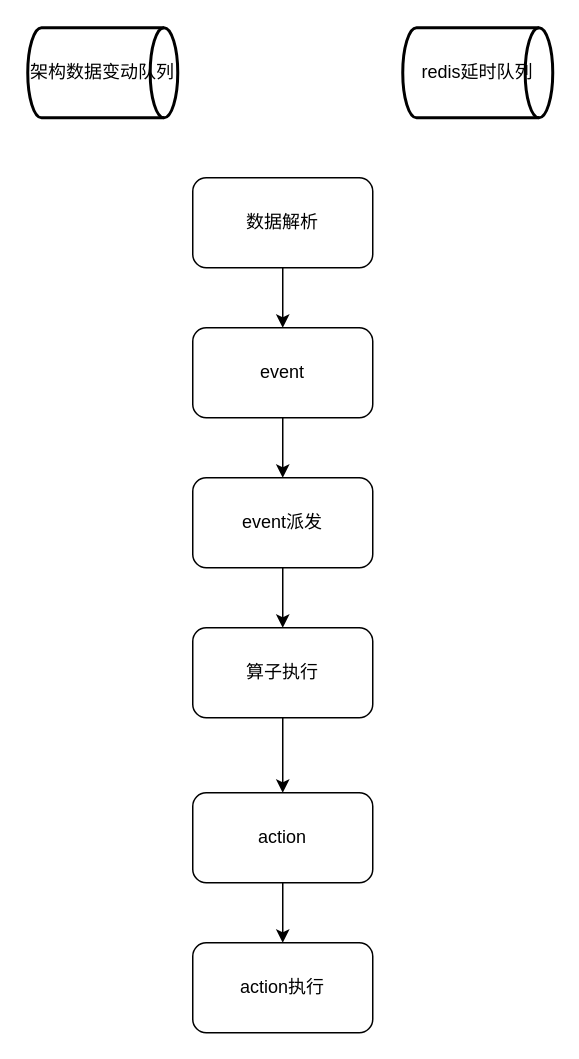
Above: feedback.drawio in yangwenshuo/demo (draw.io), before the change. Source tidied: cells renumbered, new cells numbered last; positions are measured from the earlier drawing's top-left corner, leaving out a move shared by most shapes. Both pictures are drawn from the tidied source at 150%, with x=0, y=0 at pixel (27, 27).
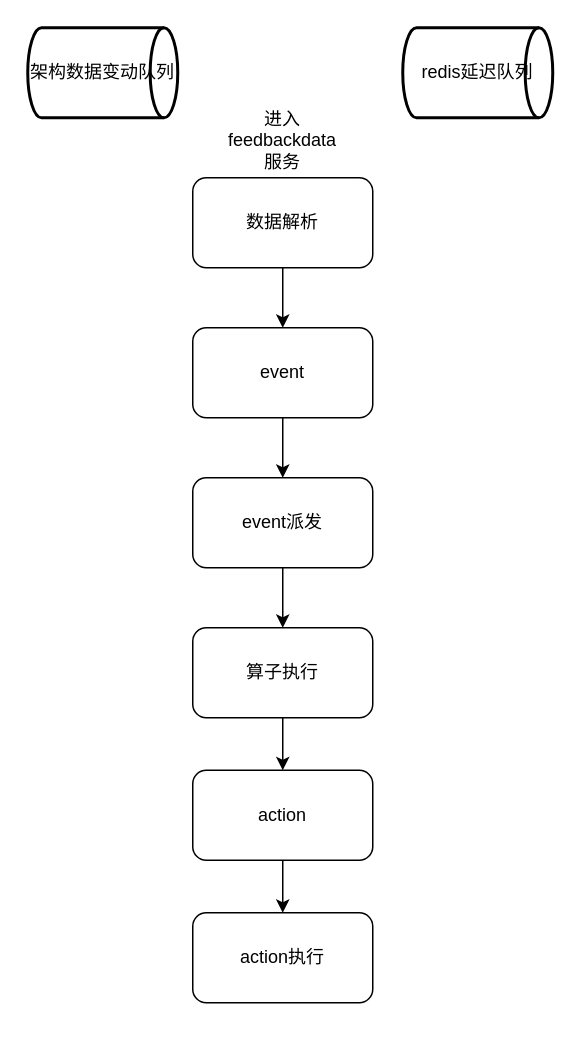
The same page after the edit.

Diff of the diagram source:
```diff
@@
 <mxGraphModel>
   <root>
     <mxCell id="0" />
     <mxCell id="1" parent="0" />
     <mxCell id="2" value="架构数据变动队列" style="strokeWidth=2;html=1;shape=mxgraph.flowchart.direct_data;whiteSpace=wrap;" parent="1" vertex="1">
       <mxGeometry width="100" height="60" as="geometry" />
     </mxCell>
-    <mxCell id="3" value="redis延时队列" style="strokeWidth=2;html=1;shape=mxgraph.flowchart.direct_data;whiteSpace=wrap;" parent="1" vertex="1">
+    <mxCell id="3" value="redis延迟队列" style="strokeWidth=2;html=1;shape=mxgraph.flowchart.direct_data;whiteSpace=wrap;" parent="1" vertex="1">
       <mxGeometry x="250" width="100" height="60" as="geometry" />
     </mxCell>
     <mxCell id="4" style="edgeStyle=orthogonalEdgeStyle;rounded=0;jettySize=auto;html=1;exitX=0.5;exitY=1;exitDx=0;exitDy=0;entryX=0.5;entryY=0;entryDx=0;entryDy=0;" parent="1" edge="1" source="5" target="7">
       <mxGeometry relative="1" as="geometry" />
     </mxCell>
     <mxCell id="5" value="数据解析" style="rounded=1;whiteSpace=wrap;html=1;" parent="1" vertex="1">
       <mxGeometry x="110" y="100" width="120" height="60" as="geometry" />
     </mxCell>
     <mxCell id="6" style="edgeStyle=orthogonalEdgeStyle;rounded=0;jettySize=auto;html=1;exitX=0.5;exitY=1;exitDx=0;exitDy=0;entryX=0.5;entryY=0;entryDx=0;entryDy=0;" parent="1" edge="1" source="7" target="9">
       <mxGeometry relative="1" as="geometry" />
     </mxCell>
     <mxCell id="7" value="event" style="rounded=1;whiteSpace=wrap;html=1;" parent="1" vertex="1">
       <mxGeometry x="110" y="200" width="120" height="60" as="geometry" />
     </mxCell>
     <mxCell id="8" style="edgeStyle=orthogonalEdgeStyle;rounded=0;jettySize=auto;html=1;exitX=0.5;exitY=1;exitDx=0;exitDy=0;" parent="1" edge="1" source="9" target="11">
       <mxGeometry relative="1" as="geometry" />
     </mxCell>
     <mxCell id="9" value="event派发" style="rounded=1;whiteSpace=wrap;html=1;" parent="1" vertex="1">
       <mxGeometry x="110" y="300" width="120" height="60" as="geometry" />
     </mxCell>
     <mxCell id="10" style="edgeStyle=orthogonalEdgeStyle;rounded=0;jettySize=auto;html=1;" parent="1" edge="1" source="11" target="13">
       <mxGeometry relative="1" as="geometry" />
     </mxCell>
     <mxCell id="11" value="算子执行" style="rounded=1;whiteSpace=wrap;html=1;" parent="1" vertex="1">
       <mxGeometry x="110" y="400" width="120" height="60" as="geometry" />
     </mxCell>
     <mxCell id="12" style="edgeStyle=orthogonalEdgeStyle;rounded=0;jettySize=auto;html=1;" parent="1" edge="1" source="13" target="14">
       <mxGeometry relative="1" as="geometry" />
     </mxCell>
     <mxCell id="13" value="action" style="rounded=1;whiteSpace=wrap;html=1;" parent="1" vertex="1">
-      <mxGeometry x="110" y="510" width="120" height="60" as="geometry" />
+      <mxGeometry x="110" y="495" width="120" height="60" as="geometry" />
     </mxCell>
     <mxCell id="14" value="action执行" style="rounded=1;whiteSpace=wrap;html=1;" parent="1" vertex="1">
-      <mxGeometry x="110" y="610" width="120" height="60" as="geometry" />
+      <mxGeometry x="110" y="590" width="120" height="60" as="geometry" />
     </mxCell>
+    <mxCell id="15" value="进入feedbackdata服务" style="text;strokeColor=none;align=center;fillColor=none;html=1;verticalAlign=middle;whiteSpace=wrap;rounded=0;" parent="1" vertex="1">
+      <mxGeometry x="135" y="60" width="70" height="30" as="geometry" />
+    </mxCell>
   </root>
 </mxGraphModel>
```
